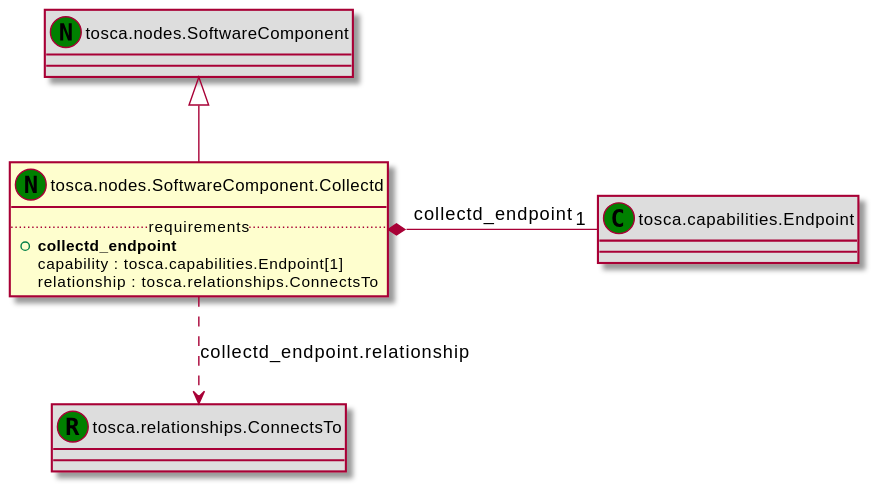
Orange-OpenSource/Cloudnet-TOSCA-toolbox keeps this PlantUML diagram as examples/ariatosca/diagrams/uml2/collectd-uml2-class-diagram.svg. Above is the earlier version. Its diagram source:
```plantuml
@startuml
set namespaceSeparator none
class "tosca.nodes.SoftwareComponent" << (N,green) >> #DDDDDD
"tosca.nodes.SoftwareComponent" <|-- "tosca.nodes.SoftwareComponent.Collectd"
class "tosca.nodes.SoftwareComponent.Collectd" << (N,green) >> {
.. requirements ..
+<b>collectd_endpoint
 capability : tosca.capabilities.Endpoint[1]
 relationship : tosca.relationships.ConnectsTo
}
class "tosca.capabilities.Endpoint" << (C,green) >> #DDDDDD
"tosca.nodes.SoftwareComponent.Collectd" *- "1" "tosca.capabilities.Endpoint" : collectd_endpoint
class "tosca.relationships.ConnectsTo" << (R,green) >> #DDDDDD
"tosca.nodes.SoftwareComponent.Collectd" ..> "tosca.relationships.ConnectsTo" : collectd_endpoint.relationship
@enduml
```
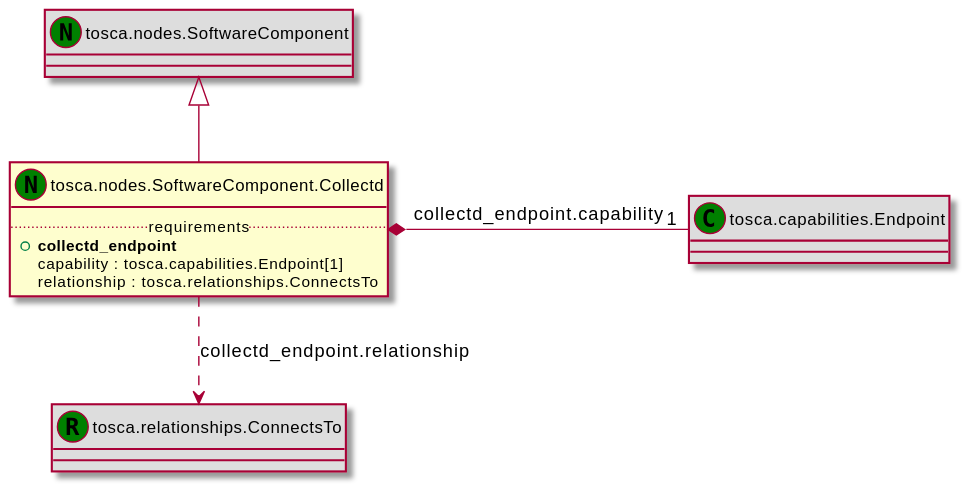
The same file after the commit.

Change to the diagram source:
```diff
@@ -1,15 +1,15 @@
 @startuml
 set namespaceSeparator none
-class "tosca.nodes.SoftwareComponent" << (N,green) >> #DDDDDD
-"tosca.nodes.SoftwareComponent" <|-- "tosca.nodes.SoftwareComponent.Collectd"
-class "tosca.nodes.SoftwareComponent.Collectd" << (N,green) >> {
+class "tosca.nodes.SoftwareComponent" as tosca_nodes_SoftwareComponent_NT << (N,green) >> #DDDDDD
+class "tosca.nodes.SoftwareComponent.Collectd" as tosca_nodes_SoftwareComponent_Collectd_NT << (N,green) >> {
 .. requirements ..
 +<b>collectd_endpoint
  capability : tosca.capabilities.Endpoint[1]
  relationship : tosca.relationships.ConnectsTo
 }
-class "tosca.capabilities.Endpoint" << (C,green) >> #DDDDDD
-"tosca.nodes.SoftwareComponent.Collectd" *- "1" "tosca.capabilities.Endpoint" : collectd_endpoint
-class "tosca.relationships.ConnectsTo" << (R,green) >> #DDDDDD
-"tosca.nodes.SoftwareComponent.Collectd" ..> "tosca.relationships.ConnectsTo" : collectd_endpoint.relationship
+class "tosca.capabilities.Endpoint" as tosca_capabilities_Endpoint_CT << (C,green) >> #DDDDDD
+class "tosca.relationships.ConnectsTo" as tosca_relationships_ConnectsTo_RT << (R,green) >> #DDDDDD
+tosca_nodes_SoftwareComponent_NT <|-- tosca_nodes_SoftwareComponent_Collectd_NT
+tosca_nodes_SoftwareComponent_Collectd_NT *- "1" tosca_capabilities_Endpoint_CT : collectd_endpoint.capability
+tosca_nodes_SoftwareComponent_Collectd_NT ..> tosca_relationships_ConnectsTo_RT : collectd_endpoint.relationship
 @enduml
```
